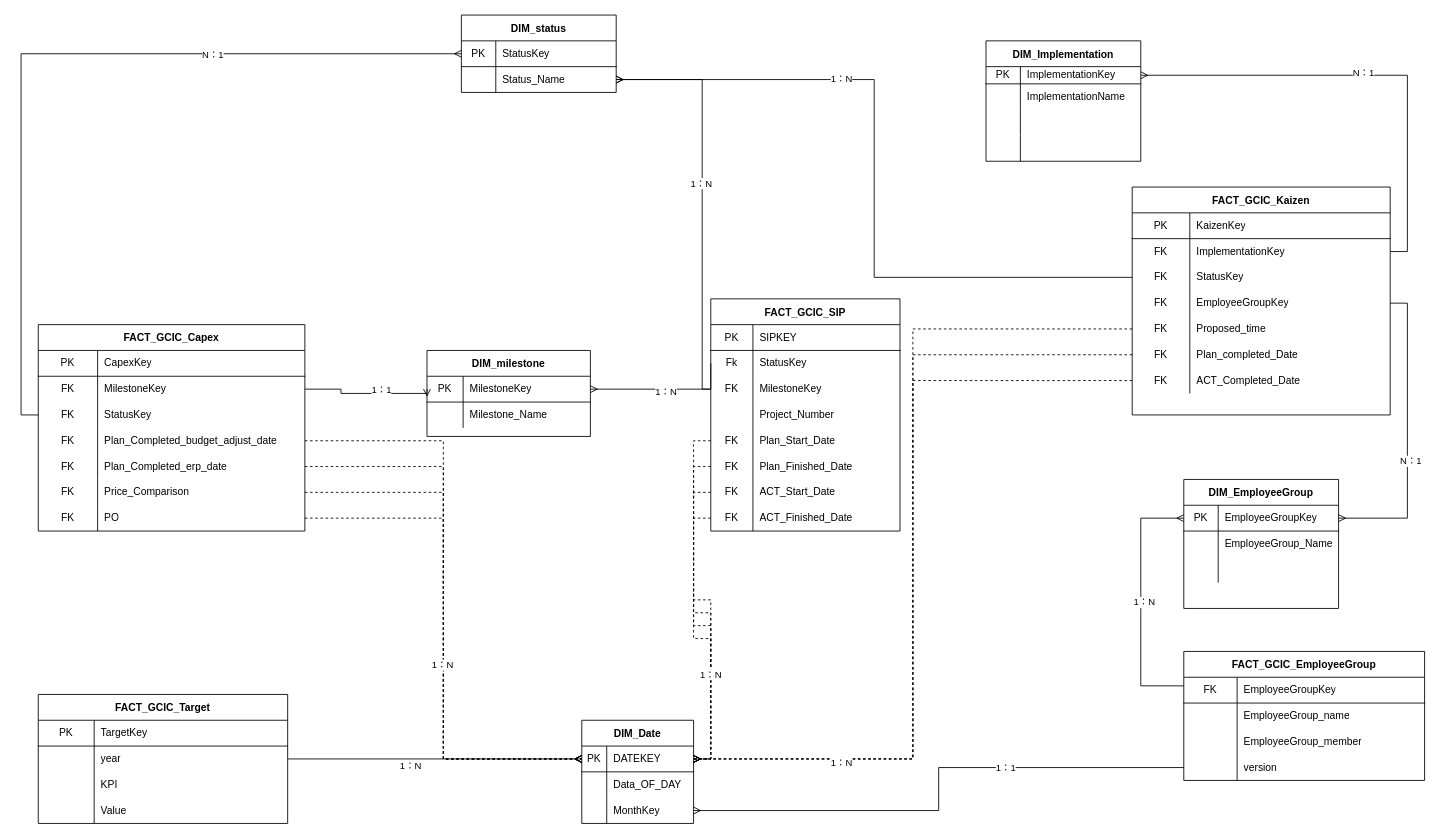
Above: Untitled Diagram.drawio in cyz12/an (draw.io), before the change. Source tidied: cells renumbered, new cells numbered last; positions are measured from the earlier drawing's top-left corner, leaving out a move shared by most shapes. Both pictures are drawn from the tidied source at 86%, with x=0, y=0 at pixel (38, 15).
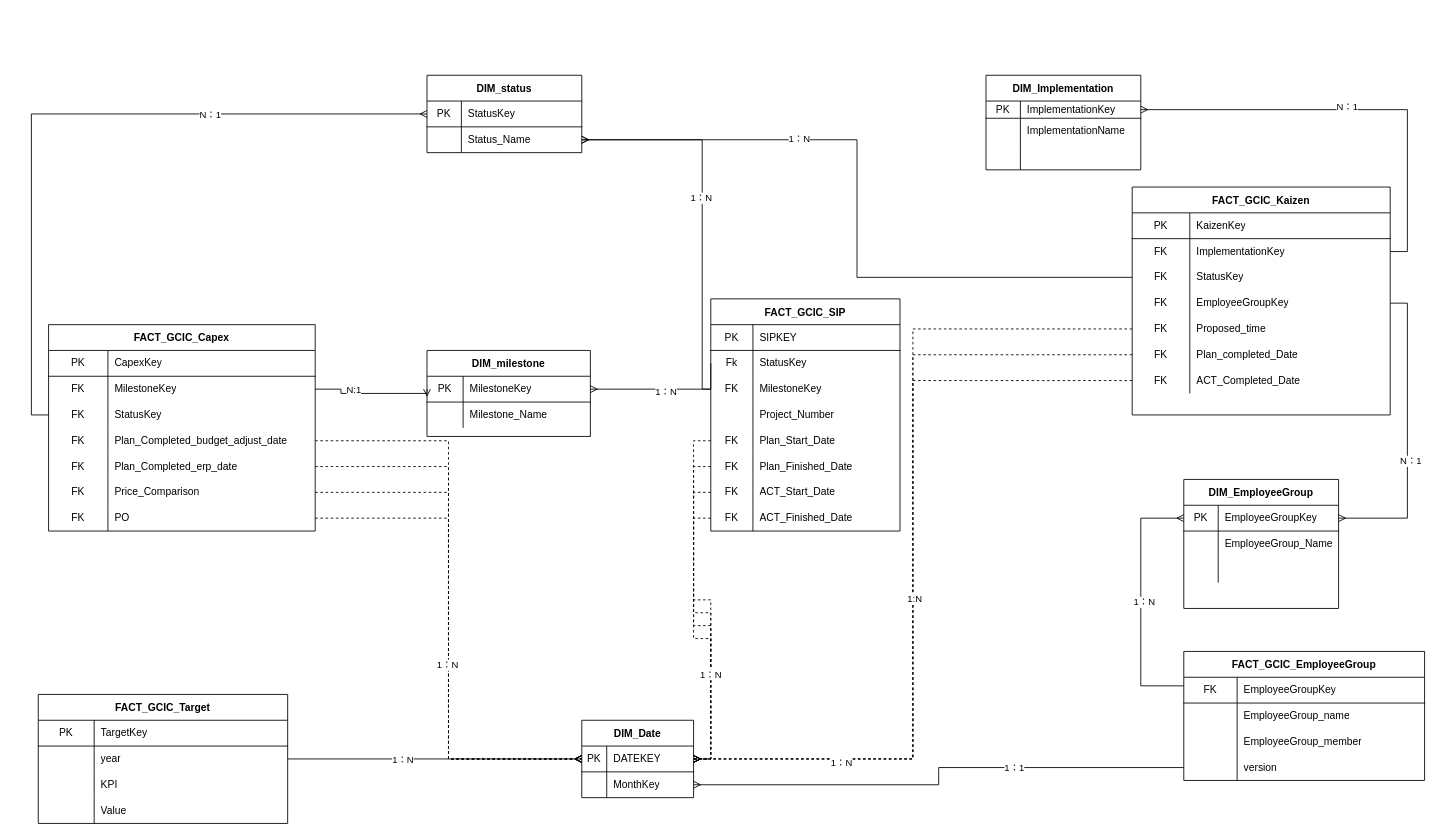
The same page after the edit.

The change refers to these unchanged cells:
```xml
<mxCell id="16" style="shape=partialRectangle;html=1;whiteSpace=wrap;fillColor=none;top=0;left=0;bottom=0;right=0;points=[[0,0.5],[1,0.5]];portConstraint=eastwest;" parent="12" vertex="1">
  <mxGeometry y="60" width="220" height="30" as="geometry" />
</mxCell>
<mxCell id="54" style="shape=partialRectangle;html=1;whiteSpace=wrap;fillColor=none;top=0;left=0;bottom=0;right=0;points=[[0,0.5],[1,0.5]];portConstraint=eastwest;" parent="50" vertex="1">
  <mxGeometry y="60" width="180" height="30" as="geometry" />
</mxCell>
<mxCell id="144" style="edgeStyle=orthogonalEdgeStyle;rounded=0;jettySize=auto;html=1;exitX=1;exitY=0.5;exitDx=0;exitDy=0;entryX=0;entryY=0.5;entryDx=0;entryDy=0;endArrow=ERmany;endFill=0;" parent="1" edge="1" source="105" target="135">
  <mxGeometry relative="1" as="geometry">
    <Array as="points">
      <mxPoint x="290" y="865" />
    </Array>
  </mxGeometry>
</mxCell>
<mxCell id="153" style="edgeStyle=orthogonalEdgeStyle;rounded=0;jettySize=auto;html=1;exitX=1;exitY=0.5;exitDx=0;exitDy=0;entryX=0;entryY=0.5;entryDx=0;entryDy=0;endArrow=ERmany;endFill=0;" parent="1" edge="1" source="83" target="115">
  <mxGeometry relative="1" as="geometry">
    <Array as="points">
      <mxPoint x="352" y="440" />
      <mxPoint x="452" y="440" />
    </Array>
  </mxGeometry>
</mxCell>
<mxCell id="168" style="edgeStyle=orthogonalEdgeStyle;rounded=0;jettySize=auto;html=1;exitX=0;exitY=0.5;exitDx=0;exitDy=0;dashed=1;endArrow=ERmany;endFill=0;" parent="1" edge="1" source="76" target="135">
  <mxGeometry relative="1" as="geometry" />
</mxCell>
```

The edit, as a diff of the source:
```diff
@@
     <mxCell id="37" value="DIM_Implementation" style="shape=table;startSize=30;childLayout=tableLayout;rowLines=0;fontStyle=1;align=center;" parent="1" vertex="1">
-      <mxGeometry x="1102" y="30" width="180" height="140" as="geometry" />
+      <mxGeometry x="1102" y="70" width="180" height="110" as="geometry" />
     </mxCell>
@@
-    <mxCell id="44" style="shape=partialRectangle;html=1;whiteSpace=wrap;fillColor=none;top=0;left=0;bottom=0;right=0;" parent="37" vertex="1">
-      <mxGeometry y="80" width="180" height="30" as="geometry" />
-    </mxCell>
-    <mxCell id="45" style="shape=partialRectangle;html=1;whiteSpace=wrap;fillColor=none;top=0;left=0;bottom=0;right=0;overflow=hidden;" parent="44" vertex="1">
-      <mxGeometry width="40" height="30" as="geometry" />
-    </mxCell>
-    <mxCell id="46" style="shape=partialRectangle;html=1;whiteSpace=wrap;fillColor=none;top=0;left=0;bottom=0;right=0;align=left;spacingLeft=6;overflow=hidden;" parent="44" vertex="1">
-      <mxGeometry x="40" width="140" height="30" as="geometry" />
-    </mxCell>
     <mxCell id="47" style="shape=partialRectangle;html=1;whiteSpace=wrap;fillColor=none;top=0;left=0;bottom=0;right=0;" parent="37" vertex="1">
-      <mxGeometry y="110" width="180" height="30" as="geometry" />
+      <mxGeometry y="80" width="180" height="30" as="geometry" />
     </mxCell>
@@
     <mxCell id="50" value="DIM_status" style="shape=table;startSize=30;childLayout=tableLayout;rowLines=0;fontStyle=1;align=center;" parent="1" vertex="1">
-      <mxGeometry x="492" width="180" height="90" as="geometry" />
+      <mxGeometry x="452" y="70" width="180" height="90" as="geometry" />
     </mxCell>
@@
     <mxCell id="79" value="FACT_GCIC_Capex" style="shape=table;startSize=30;childLayout=tableLayout;rowLines=0;fontStyle=1;align=center;" parent="1" vertex="1">
-      <mxGeometry y="360" width="310" height="240" as="geometry" />
+      <mxGeometry x="12" y="360" width="310" height="240" as="geometry" />
     </mxCell>
@@
     <mxCell id="134" value="DIM_Date" style="shape=table;startSize=30;childLayout=tableLayout;rowLines=0;fontStyle=1;align=center;" parent="1" vertex="1">
-      <mxGeometry x="632" y="820" width="130" height="120" as="geometry" />
+      <mxGeometry x="632" y="820" width="130" height="90" as="geometry" />
     </mxCell>
@@
-    <mxCell id="138" style="shape=partialRectangle;html=1;whiteSpace=wrap;fillColor=none;top=0;left=0;bottom=0;right=0;" parent="134" vertex="1">
-      <mxGeometry y="60" width="130" height="30" as="geometry" />
-    </mxCell>
-    <mxCell id="139" style="shape=partialRectangle;html=1;whiteSpace=wrap;fillColor=none;top=0;left=0;bottom=0;right=0;overflow=hidden;" parent="138" vertex="1">
-      <mxGeometry width="29" height="30" as="geometry" />
-    </mxCell>
-    <mxCell id="140" value="Data_OF_DAY" style="shape=partialRectangle;html=1;whiteSpace=wrap;fillColor=none;top=0;left=0;bottom=0;right=0;align=left;spacingLeft=6;overflow=hidden;" parent="138" vertex="1">
-      <mxGeometry x="29" width="101" height="30" as="geometry" />
-    </mxCell>
     <mxCell id="141" style="shape=partialRectangle;html=1;whiteSpace=wrap;fillColor=none;top=0;left=0;bottom=0;right=0;points=[[0,0.5],[1,0.5]];portConstraint=eastwest;" parent="134" vertex="1">
-      <mxGeometry y="90" width="130" height="30" as="geometry" />
+      <mxGeometry y="60" width="130" height="30" as="geometry" />
     </mxCell>
@@
     <mxCell id="145" value="1：N" style="edgeLabel;html=1;align=center;verticalAlign=middle;" parent="144" vertex="1">
-      <mxGeometry x="-0.17" y="-7" relative="1" as="geometry" />
+      <mxGeometry x="-0.17" y="-7" relative="1" as="geometry">
+        <mxPoint x="-9" y="-7" as="offset" />
+      </mxGeometry>
     </mxCell>
@@
-    <mxCell id="154" value="1：1" style="edgeLabel;html=1;align=center;verticalAlign=middle;" parent="153" vertex="1">
-      <mxGeometry x="0.24" y="5" relative="1" as="geometry">
-        <mxPoint x="-1" as="offset" />
-      </mxGeometry>
-    </mxCell>
+    <mxCell id="178" value="N:1" style="edgeLabel;html=1;align=center;verticalAlign=middle;" parent="153" vertex="1">
+      <mxGeometry x="-0.3" y="5" relative="1" as="geometry" />
+    </mxCell>
@@
     <mxCell id="157" style="edgeStyle=orthogonalEdgeStyle;rounded=0;jettySize=auto;html=1;exitX=0;exitY=0.5;exitDx=0;exitDy=0;endArrow=ERmany;endFill=0;" parent="1" edge="1" source="16" target="54">
       <mxGeometry relative="1" as="geometry">
         <Array as="points">
+          <mxPoint x="782" y="435" />
           <mxPoint x="772" y="435" />
-          <mxPoint x="772" y="75" />
+          <mxPoint x="772" y="145" />
         </Array>
       </mxGeometry>
     </mxCell>
@@
+    <mxCell id="179" value="1:N" style="edgeLabel;html=1;align=center;verticalAlign=middle;" parent="168" vertex="1">
+      <mxGeometry x="0.07" y="1" relative="1" as="geometry" />
+    </mxCell>
```
